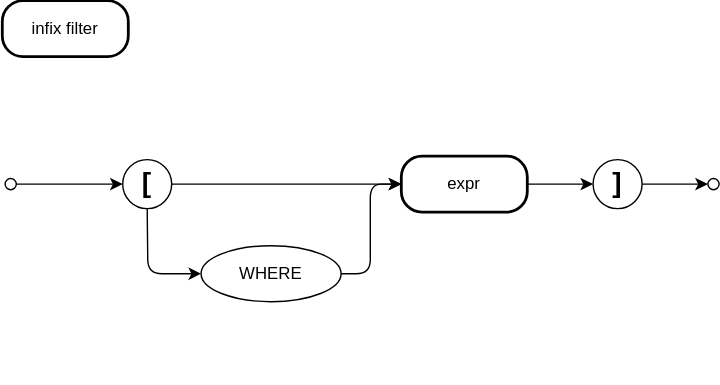
This is assets/cxl/infix-filter.drawio.svg from capire/docs, a draw.io export, as it was before one commit. Source tidied: cells renumbered, new cells last; positions are measured from the earlier drawing's top-left corner, leaving out a move shared by most shapes. Its diagram source:
```xml
<mxGraphModel>
  <root>
    <mxCell id="0" />
    <mxCell id="1" parent="0" />
    <mxCell id="2" value="Best viewed with the &lt;a href=&quot;https://github.com/ariel-bentu/tam-drawio&quot;&gt;TAM plugin&lt;/a&gt;" style="text;html=1;shape=tamPluginMissing;" parent="1" vertex="1">
      <mxGeometry x="298.5" y="249" width="200" height="25" as="geometry" />
    </mxCell>
    <mxCell id="3" style="edgeStyle=none;html=1;" parent="1" edge="1" source="4" target="9">
      <mxGeometry relative="1" as="geometry" />
    </mxCell>
    <mxCell id="4" style="ellipse;whiteSpace=wrap;html=1;" parent="1" vertex="1">
      <mxGeometry x="2" y="127" width="8" height="8" as="geometry" />
    </mxCell>
    <mxCell id="5" value="&lt;span style=&quot;color: rgb(0, 0, 0);&quot;&gt;WHERE&lt;/span&gt;" style="ellipse;whiteSpace=wrap;html=1;align=center;newEdgeStyle={&quot;edgeStyle&quot;:&quot;entityRelationEdgeStyle&quot;,&quot;startArrow&quot;:&quot;none&quot;,&quot;endArrow&quot;:&quot;none&quot;,&quot;segment&quot;:10,&quot;curved&quot;:1,&quot;sourcePerimeterSpacing&quot;:0,&quot;targetPerimeterSpacing&quot;:0};" parent="1" vertex="1">
      <mxGeometry x="142" y="175" width="100" height="40" as="geometry" />
    </mxCell>
    <mxCell id="6" value="infix filter" style="rounded=1;whiteSpace=wrap;html=1;strokeWidth=2;arcSize=37;" parent="1" vertex="1">
      <mxGeometry width="90" height="40" as="geometry" />
    </mxCell>
    <mxCell id="7" style="ellipse;whiteSpace=wrap;html=1;" parent="1" vertex="1">
      <mxGeometry x="504" y="127" width="8" height="8" as="geometry" />
    </mxCell>
    <mxCell id="8" style="edgeStyle=none;html=1;" parent="1" edge="1" source="9" target="13">
      <mxGeometry relative="1" as="geometry" />
    </mxCell>
    <mxCell id="9" value="[" style="ellipse;whiteSpace=wrap;html=1;fontStyle=1;fontSize=20;verticalAlign=middle;spacingBottom=4;" parent="1" vertex="1">
      <mxGeometry x="86" y="113.5" width="35" height="35" as="geometry" />
    </mxCell>
    <mxCell id="10" style="edgeStyle=none;html=1;" parent="1" edge="1" source="11" target="7">
      <mxGeometry relative="1" as="geometry" />
    </mxCell>
    <mxCell id="11" value="]" style="ellipse;whiteSpace=wrap;html=1;fontStyle=1;fontSize=20;verticalAlign=middle;spacingBottom=4;" parent="1" vertex="1">
      <mxGeometry x="422" y="113.5" width="35" height="35" as="geometry" />
    </mxCell>
    <mxCell id="12" style="edgeStyle=none;html=1;" parent="1" edge="1" source="13" target="11">
      <mxGeometry relative="1" as="geometry" />
    </mxCell>
    <mxCell id="13" value="expr" style="rounded=1;whiteSpace=wrap;html=1;strokeWidth=2;arcSize=37;" parent="1" vertex="1">
      <mxGeometry x="285" y="111" width="90" height="40" as="geometry" />
    </mxCell>
    <mxCell id="14" style="edgeStyle=elbowEdgeStyle;html=1;labelBackgroundColor=none;rounded=1;elbow=horizontal;endArrow=classic;endFill=1;align=left;exitX=0.5;exitY=1;exitDx=0;exitDy=0;entryX=0;entryY=0.5;entryDx=0;entryDy=0;" parent="1" edge="1" source="9" target="5">
      <mxGeometry relative="1" as="geometry">
        <Array as="points">
          <mxPoint x="104" y="189" />
        </Array>
      </mxGeometry>
    </mxCell>
    <mxCell id="15" style="edgeStyle=elbowEdgeStyle;html=1;labelBackgroundColor=none;rounded=1;elbow=horizontal;endArrow=classic;endFill=1;align=left;exitX=1;exitY=0.5;exitDx=0;exitDy=0;entryX=0;entryY=0.5;entryDx=0;entryDy=0;" parent="1" edge="1" source="5" target="13">
      <mxGeometry relative="1" as="geometry" />
    </mxCell>
  </root>
</mxGraphModel>
```
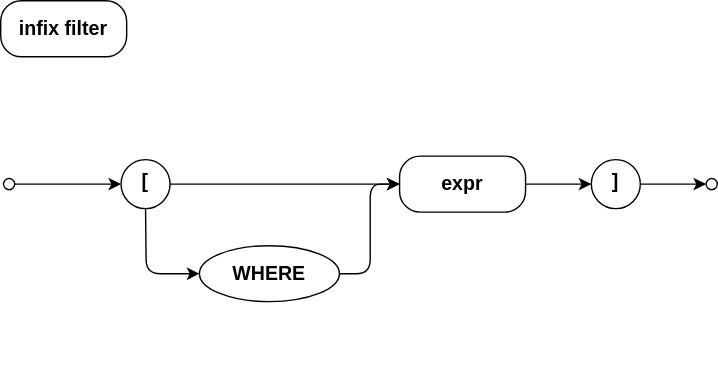
After the commit.

The edit, as a diff of the source:
```diff
@@ -5,47 +5,47 @@
     <mxCell id="2" value="Best viewed with the &lt;a href=&quot;https://github.com/ariel-bentu/tam-drawio&quot;&gt;TAM plugin&lt;/a&gt;" style="text;html=1;shape=tamPluginMissing;" parent="1" vertex="1">
       <mxGeometry x="298.5" y="249" width="200" height="25" as="geometry" />
     </mxCell>
-    <mxCell id="3" style="edgeStyle=none;html=1;" parent="1" edge="1" source="4" target="9">
+    <mxCell id="3" style="edgeStyle=none;html=1;strokeWidth=1;verticalAlign=middle;align=center;fontStyle=1;fontSize=14;" parent="1" edge="1" source="4" target="9">
       <mxGeometry relative="1" as="geometry" />
     </mxCell>
-    <mxCell id="4" style="ellipse;whiteSpace=wrap;html=1;" parent="1" vertex="1">
+    <mxCell id="4" style="ellipse;whiteSpace=wrap;html=1;strokeWidth=1;verticalAlign=middle;align=center;fontStyle=1;fontSize=14;" parent="1" vertex="1">
       <mxGeometry x="2" y="127" width="8" height="8" as="geometry" />
     </mxCell>
-    <mxCell id="5" value="&lt;span style=&quot;color: rgb(0, 0, 0);&quot;&gt;WHERE&lt;/span&gt;" style="ellipse;whiteSpace=wrap;html=1;align=center;newEdgeStyle={&quot;edgeStyle&quot;:&quot;entityRelationEdgeStyle&quot;,&quot;startArrow&quot;:&quot;none&quot;,&quot;endArrow&quot;:&quot;none&quot;,&quot;segment&quot;:10,&quot;curved&quot;:1,&quot;sourcePerimeterSpacing&quot;:0,&quot;targetPerimeterSpacing&quot;:0};" parent="1" vertex="1">
+    <mxCell id="5" value="&lt;span style=&quot;color: rgb(0, 0, 0);&quot;&gt;WHERE&lt;/span&gt;" style="ellipse;whiteSpace=wrap;html=1;align=center;newEdgeStyle={&quot;edgeStyle&quot;:&quot;entityRelationEdgeStyle&quot;,&quot;startArrow&quot;:&quot;none&quot;,&quot;endArrow&quot;:&quot;none&quot;,&quot;segment&quot;:10,&quot;curved&quot;:1,&quot;sourcePerimeterSpacing&quot;:0,&quot;targetPerimeterSpacing&quot;:0};strokeWidth=1;verticalAlign=middle;fontStyle=1;fontSize=14;" parent="1" vertex="1">
       <mxGeometry x="142" y="175" width="100" height="40" as="geometry" />
     </mxCell>
-    <mxCell id="6" value="infix filter" style="rounded=1;whiteSpace=wrap;html=1;strokeWidth=2;arcSize=37;" parent="1" vertex="1">
+    <mxCell id="6" value="infix filter" style="rounded=1;whiteSpace=wrap;html=1;strokeWidth=1;arcSize=37;verticalAlign=middle;align=center;fontStyle=1;fontSize=14;" parent="1" vertex="1">
       <mxGeometry width="90" height="40" as="geometry" />
     </mxCell>
-    <mxCell id="7" style="ellipse;whiteSpace=wrap;html=1;" parent="1" vertex="1">
+    <mxCell id="7" style="ellipse;whiteSpace=wrap;html=1;strokeWidth=1;verticalAlign=middle;align=center;fontStyle=1;fontSize=14;" parent="1" vertex="1">
       <mxGeometry x="504" y="127" width="8" height="8" as="geometry" />
     </mxCell>
-    <mxCell id="8" style="edgeStyle=none;html=1;" parent="1" edge="1" source="9" target="13">
+    <mxCell id="8" style="edgeStyle=none;html=1;strokeWidth=1;verticalAlign=middle;align=center;fontStyle=1;fontSize=14;" parent="1" edge="1" source="9" target="13">
       <mxGeometry relative="1" as="geometry" />
     </mxCell>
-    <mxCell id="9" value="[" style="ellipse;whiteSpace=wrap;html=1;fontStyle=1;fontSize=20;verticalAlign=middle;spacingBottom=4;" parent="1" vertex="1">
+    <mxCell id="9" value="[" style="ellipse;whiteSpace=wrap;html=1;fontStyle=1;fontSize=14;verticalAlign=middle;spacingBottom=4;strokeWidth=1;align=center;" parent="1" vertex="1">
       <mxGeometry x="86" y="113.5" width="35" height="35" as="geometry" />
     </mxCell>
-    <mxCell id="10" style="edgeStyle=none;html=1;" parent="1" edge="1" source="11" target="7">
+    <mxCell id="10" style="edgeStyle=none;html=1;strokeWidth=1;verticalAlign=middle;align=center;fontStyle=1;fontSize=14;" parent="1" edge="1" source="11" target="7">
       <mxGeometry relative="1" as="geometry" />
     </mxCell>
-    <mxCell id="11" value="]" style="ellipse;whiteSpace=wrap;html=1;fontStyle=1;fontSize=20;verticalAlign=middle;spacingBottom=4;" parent="1" vertex="1">
+    <mxCell id="11" value="]" style="ellipse;whiteSpace=wrap;html=1;fontStyle=1;fontSize=14;verticalAlign=middle;spacingBottom=4;strokeWidth=1;align=center;" parent="1" vertex="1">
       <mxGeometry x="422" y="113.5" width="35" height="35" as="geometry" />
     </mxCell>
-    <mxCell id="12" style="edgeStyle=none;html=1;" parent="1" edge="1" source="13" target="11">
+    <mxCell id="12" style="edgeStyle=none;html=1;strokeWidth=1;verticalAlign=middle;align=center;fontStyle=1;fontSize=14;" parent="1" edge="1" source="13" target="11">
       <mxGeometry relative="1" as="geometry" />
     </mxCell>
-    <mxCell id="13" value="expr" style="rounded=1;whiteSpace=wrap;html=1;strokeWidth=2;arcSize=37;" parent="1" vertex="1">
+    <mxCell id="13" value="expr" style="rounded=1;whiteSpace=wrap;html=1;strokeWidth=1;arcSize=37;verticalAlign=middle;align=center;fontStyle=1;fontSize=14;" parent="1" vertex="1">
       <mxGeometry x="285" y="111" width="90" height="40" as="geometry" />
     </mxCell>
-    <mxCell id="14" style="edgeStyle=elbowEdgeStyle;html=1;labelBackgroundColor=none;rounded=1;elbow=horizontal;endArrow=classic;endFill=1;align=left;exitX=0.5;exitY=1;exitDx=0;exitDy=0;entryX=0;entryY=0.5;entryDx=0;entryDy=0;" parent="1" edge="1" source="9" target="5">
+    <mxCell id="14" style="edgeStyle=elbowEdgeStyle;html=1;labelBackgroundColor=none;rounded=1;elbow=horizontal;endArrow=classic;endFill=1;align=center;exitX=0.5;exitY=1;exitDx=0;exitDy=0;entryX=0;entryY=0.5;entryDx=0;entryDy=0;strokeWidth=1;verticalAlign=middle;fontStyle=1;fontSize=14;" parent="1" edge="1" source="9" target="5">
       <mxGeometry relative="1" as="geometry">
         <Array as="points">
           <mxPoint x="104" y="189" />
         </Array>
       </mxGeometry>
     </mxCell>
-    <mxCell id="15" style="edgeStyle=elbowEdgeStyle;html=1;labelBackgroundColor=none;rounded=1;elbow=horizontal;endArrow=classic;endFill=1;align=left;exitX=1;exitY=0.5;exitDx=0;exitDy=0;entryX=0;entryY=0.5;entryDx=0;entryDy=0;" parent="1" edge="1" source="5" target="13">
+    <mxCell id="15" style="edgeStyle=elbowEdgeStyle;html=1;labelBackgroundColor=none;rounded=1;elbow=horizontal;endArrow=classic;endFill=1;align=center;exitX=1;exitY=0.5;exitDx=0;exitDy=0;entryX=0;entryY=0.5;entryDx=0;entryDy=0;strokeWidth=1;verticalAlign=middle;fontStyle=1;fontSize=14;" parent="1" edge="1" source="5" target="13">
       <mxGeometry relative="1" as="geometry" />
     </mxCell>
   </root>
```
